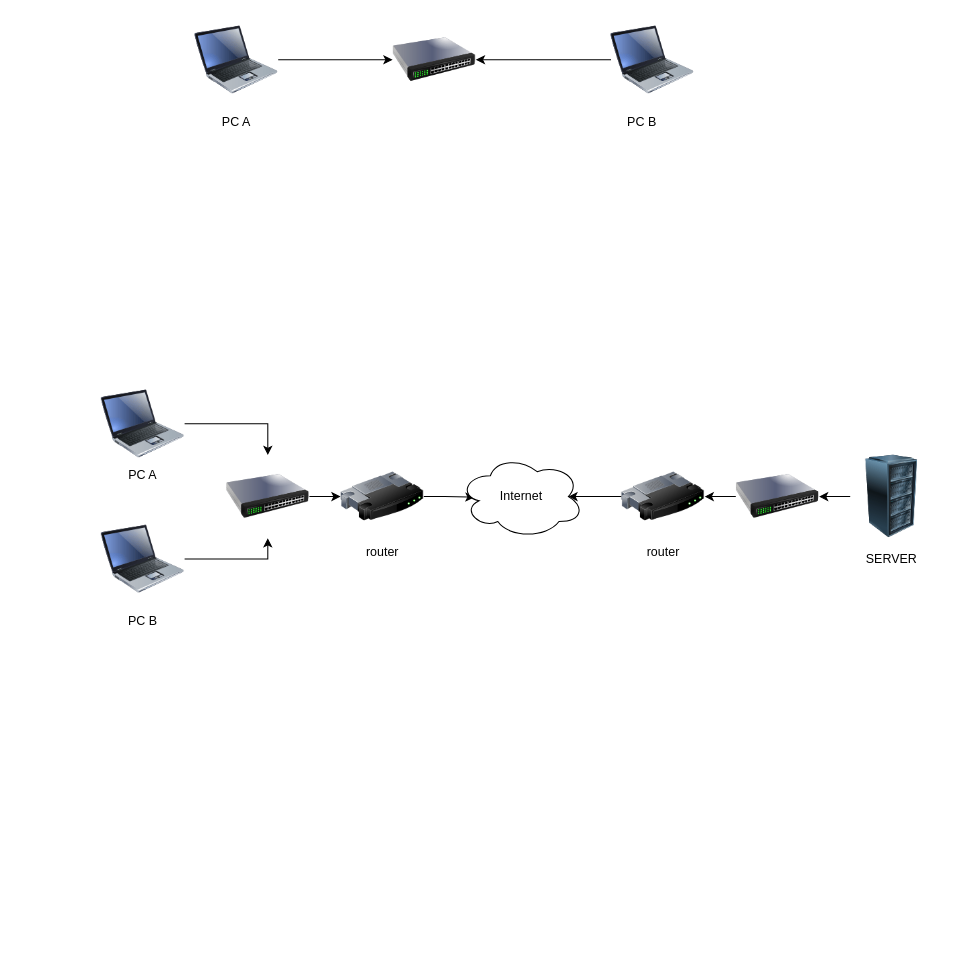
This is Untitled Diagram.drawio from huhailong147/Test, a draw.io file, before an edit. Source tidied: cells renumbered, new cells numbered last; positions are measured from the earlier drawing's top-left corner, leaving out a move shared by most shapes. Both pictures are drawn from the tidied source at 104%, with x=0, y=0 at pixel (101, 18).
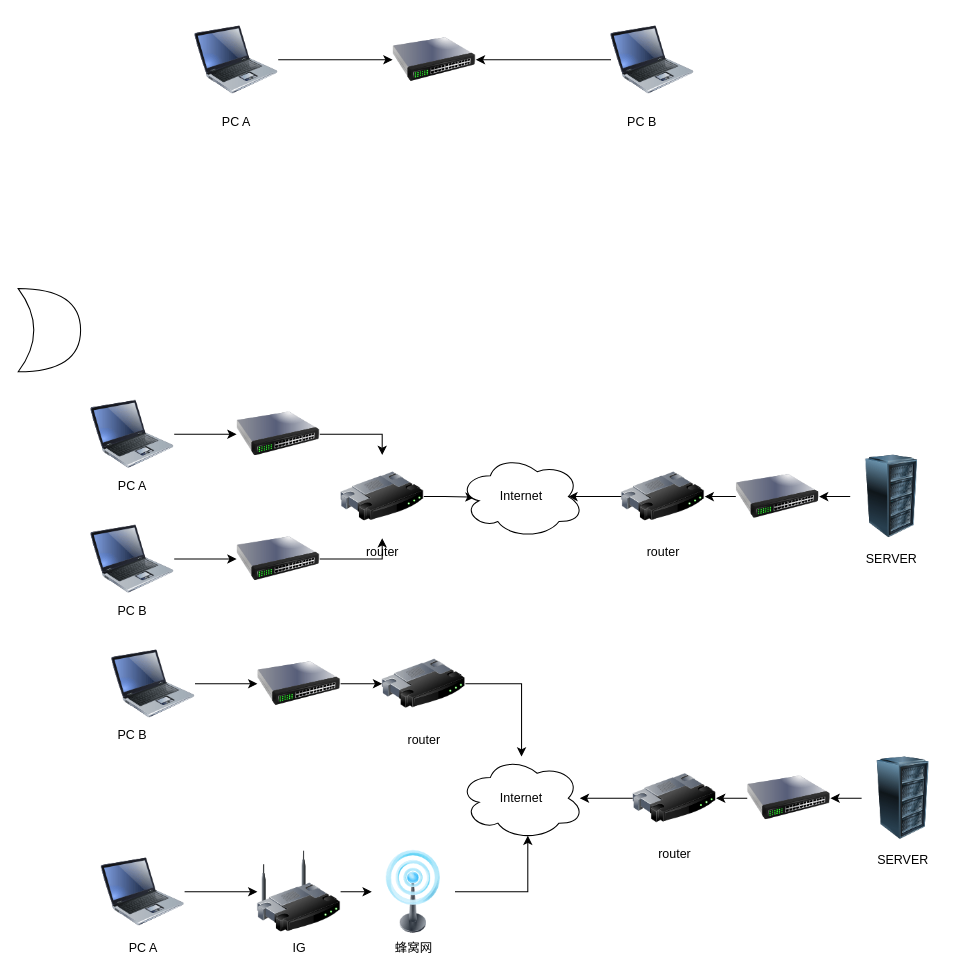
Above is the later version.

Unchanged cells that the change refers to:
```xml
<mxCell id="16" value="router" style="image;html=1;image=img/lib/clip_art/networking/Router_128x128.png;" parent="1" vertex="1">
  <mxGeometry x="230" y="420" width="80" height="80" as="geometry" />
</mxCell>
```

The edit, as a diff of the source:
```diff
@@
-    <mxCell id="9" style="edgeStyle=orthogonalEdgeStyle;rounded=0;jettySize=auto;html=1;entryX=0.5;entryY=0;entryDx=0;entryDy=0;" parent="1" edge="1" source="10" target="14">
+    <mxCell id="9" style="edgeStyle=orthogonalEdgeStyle;rounded=0;jettySize=auto;html=1;" parent="1" edge="1" source="10" target="14">
       <mxGeometry relative="1" as="geometry" />
     </mxCell>
     <mxCell id="10" style="image;html=1;image=img/lib/clip_art/computers/Laptop_128x128.png;" parent="1" vertex="1">
-      <mxGeometry y="350" width="80" height="80" as="geometry" />
+      <mxGeometry x="-10" y="360" width="80" height="80" as="geometry" />
     </mxCell>
-    <mxCell id="11" style="edgeStyle=orthogonalEdgeStyle;rounded=0;jettySize=auto;html=1;entryX=0.5;entryY=1;entryDx=0;entryDy=0;" parent="1" edge="1" source="12" target="14">
-      <mxGeometry relative="1" as="geometry" />
-    </mxCell>
+    <mxCell id="27" style="edgeStyle=orthogonalEdgeStyle;rounded=0;jettySize=auto;html=1;" parent="1" edge="1" source="12" target="29">
+      <mxGeometry relative="1" as="geometry" />
+    </mxCell>
     <mxCell id="12" style="image;html=1;image=img/lib/clip_art/computers/Laptop_128x128.png;" parent="1" vertex="1">
-      <mxGeometry y="480" width="80" height="80" as="geometry" />
+      <mxGeometry x="-10" y="480" width="80" height="80" as="geometry" />
     </mxCell>
-    <mxCell id="13" style="edgeStyle=orthogonalEdgeStyle;rounded=0;jettySize=auto;html=1;" parent="1" edge="1" source="14" target="16">
+    <mxCell id="13" style="edgeStyle=orthogonalEdgeStyle;rounded=0;jettySize=auto;html=1;entryX=0.5;entryY=0;entryDx=0;entryDy=0;" parent="1" edge="1" source="14" target="16">
       <mxGeometry relative="1" as="geometry" />
     </mxCell>
     <mxCell id="14" style="image;html=1;image=img/lib/clip_art/networking/Switch_128x128.png;" parent="1" vertex="1">
-      <mxGeometry x="120" y="420" width="80" height="80" as="geometry" />
+      <mxGeometry x="130" y="360" width="80" height="80" as="geometry" />
     </mxCell>
@@
     <mxCell id="24" value="PC A" style="text;html=1;strokeColor=none;fillColor=none;align=center;verticalAlign=middle;whiteSpace=wrap;rounded=0;" parent="1" vertex="1">
-      <mxGeometry x="20" y="430" width="40" height="20" as="geometry" />
+      <mxGeometry x="10" y="440" width="40" height="20" as="geometry" />
     </mxCell>
     <mxCell id="25" value="PC B" style="text;html=1;strokeColor=none;fillColor=none;align=center;verticalAlign=middle;whiteSpace=wrap;rounded=0;" parent="1" vertex="1">
-      <mxGeometry x="20" y="570" width="40" height="20" as="geometry" />
+      <mxGeometry x="10" y="560" width="40" height="20" as="geometry" />
     </mxCell>
@@
+    <mxCell id="28" style="edgeStyle=orthogonalEdgeStyle;rounded=0;jettySize=auto;html=1;entryX=0.5;entryY=1;entryDx=0;entryDy=0;" parent="1" edge="1" source="29" target="16">
+      <mxGeometry relative="1" as="geometry" />
+    </mxCell>
+    <mxCell id="29" style="image;html=1;image=img/lib/clip_art/networking/Switch_128x128.png;" parent="1" vertex="1">
+      <mxGeometry x="130" y="480" width="80" height="80" as="geometry" />
+    </mxCell>
+    <mxCell id="30" style="shape=xor;whiteSpace=wrap;html=1;" parent="1" vertex="1">
+      <mxGeometry x="-80" y="260" width="60" height="80" as="geometry" />
+    </mxCell>
+    <mxCell id="31" style="edgeStyle=orthogonalEdgeStyle;rounded=0;jettySize=auto;html=1;" parent="1" edge="1" source="32" target="36">
+      <mxGeometry relative="1" as="geometry" />
+    </mxCell>
+    <mxCell id="32" style="image;html=1;image=img/lib/clip_art/computers/Laptop_128x128.png;" parent="1" vertex="1">
+      <mxGeometry x="10" y="600" width="80" height="80" as="geometry" />
+    </mxCell>
+    <mxCell id="33" style="edgeStyle=orthogonalEdgeStyle;rounded=0;jettySize=auto;html=1;" parent="1" edge="1" source="34" target="49">
+      <mxGeometry relative="1" as="geometry" />
+    </mxCell>
+    <mxCell id="34" value="PC A" style="image;html=1;image=img/lib/clip_art/computers/Laptop_128x128.png;" parent="1" vertex="1">
+      <mxGeometry y="800" width="80" height="80" as="geometry" />
+    </mxCell>
+    <mxCell id="35" style="edgeStyle=orthogonalEdgeStyle;rounded=0;jettySize=auto;html=1;" parent="1" edge="1" source="36" target="38">
+      <mxGeometry relative="1" as="geometry" />
+    </mxCell>
+    <mxCell id="36" style="image;html=1;image=img/lib/clip_art/networking/Switch_128x128.png;" parent="1" vertex="1">
+      <mxGeometry x="150" y="600" width="80" height="80" as="geometry" />
+    </mxCell>
+    <mxCell id="37" style="edgeStyle=orthogonalEdgeStyle;rounded=0;jettySize=auto;html=1;exitX=1;exitY=0.5;exitDx=0;exitDy=0;" parent="1" edge="1" source="38" target="41">
+      <mxGeometry relative="1" as="geometry" />
+    </mxCell>
+    <mxCell id="38" value="router" style="image;html=1;image=img/lib/clip_art/networking/Router_128x128.png;" parent="1" vertex="1">
+      <mxGeometry x="270" y="600" width="80" height="80" as="geometry" />
+    </mxCell>
+    <mxCell id="39" style="edgeStyle=orthogonalEdgeStyle;rounded=0;jettySize=auto;html=1;" parent="1" edge="1" source="40" target="43">
+      <mxGeometry relative="1" as="geometry" />
+    </mxCell>
+    <mxCell id="40" style="image;html=1;image=img/lib/clip_art/computers/Server_Rack_128x128.png;" parent="1" vertex="1">
+      <mxGeometry x="731" y="710" width="80" height="80" as="geometry" />
+    </mxCell>
+    <mxCell id="41" value="Internet" style="ellipse;shape=cloud;whiteSpace=wrap;html=1;" parent="1" vertex="1">
+      <mxGeometry x="344" y="710" width="120" height="80" as="geometry" />
+    </mxCell>
+    <mxCell id="42" style="edgeStyle=orthogonalEdgeStyle;rounded=0;jettySize=auto;html=1;entryX=1;entryY=0.5;entryDx=0;entryDy=0;" parent="1" edge="1" source="43" target="45">
+      <mxGeometry relative="1" as="geometry" />
+    </mxCell>
+    <mxCell id="43" style="image;html=1;image=img/lib/clip_art/networking/Switch_128x128.png;" parent="1" vertex="1">
+      <mxGeometry x="621" y="710" width="80" height="80" as="geometry" />
+    </mxCell>
+    <mxCell id="44" style="edgeStyle=orthogonalEdgeStyle;rounded=0;jettySize=auto;html=1;entryX=0.875;entryY=0.5;entryDx=0;entryDy=0;entryPerimeter=0;" parent="1" edge="1" source="45">
+      <mxGeometry relative="1" as="geometry">
+        <mxPoint x="460" y="750" as="targetPoint" />
+      </mxGeometry>
+    </mxCell>
+    <mxCell id="45" value="router" style="image;html=1;image=img/lib/clip_art/networking/Router_128x128.png;" parent="1" vertex="1">
+      <mxGeometry x="511" y="710" width="80" height="80" as="geometry" />
+    </mxCell>
+    <mxCell id="46" value="PC B" style="text;html=1;strokeColor=none;fillColor=none;align=center;verticalAlign=middle;whiteSpace=wrap;rounded=0;" parent="1" vertex="1">
+      <mxGeometry x="10" y="680" width="40" height="20" as="geometry" />
+    </mxCell>
+    <mxCell id="47" value="SERVER" style="text;html=1;strokeColor=none;fillColor=none;align=center;verticalAlign=middle;whiteSpace=wrap;rounded=0;" parent="1" vertex="1">
+      <mxGeometry x="751" y="800" width="40" height="20" as="geometry" />
+    </mxCell>
+    <mxCell id="48" style="edgeStyle=orthogonalEdgeStyle;rounded=0;jettySize=auto;html=1;" parent="1" edge="1" source="49" target="51">
+      <mxGeometry relative="1" as="geometry" />
+    </mxCell>
+    <mxCell id="49" value="IG" style="image;html=1;image=img/lib/clip_art/networking/Wireless_Router_128x128.png;" parent="1" vertex="1">
+      <mxGeometry x="150" y="800" width="80" height="80" as="geometry" />
+    </mxCell>
+    <mxCell id="50" style="edgeStyle=orthogonalEdgeStyle;rounded=0;jettySize=auto;html=1;entryX=0.55;entryY=0.95;entryDx=0;entryDy=0;entryPerimeter=0;" parent="1" edge="1" source="51" target="41">
+      <mxGeometry relative="1" as="geometry" />
+    </mxCell>
+    <mxCell id="51" value="蜂窝网" style="image;html=1;image=img/lib/clip_art/telecommunication/Signal_tower_on_128x128.png;" parent="1" vertex="1">
+      <mxGeometry x="260" y="800" width="80" height="80" as="geometry" />
+    </mxCell>
```
